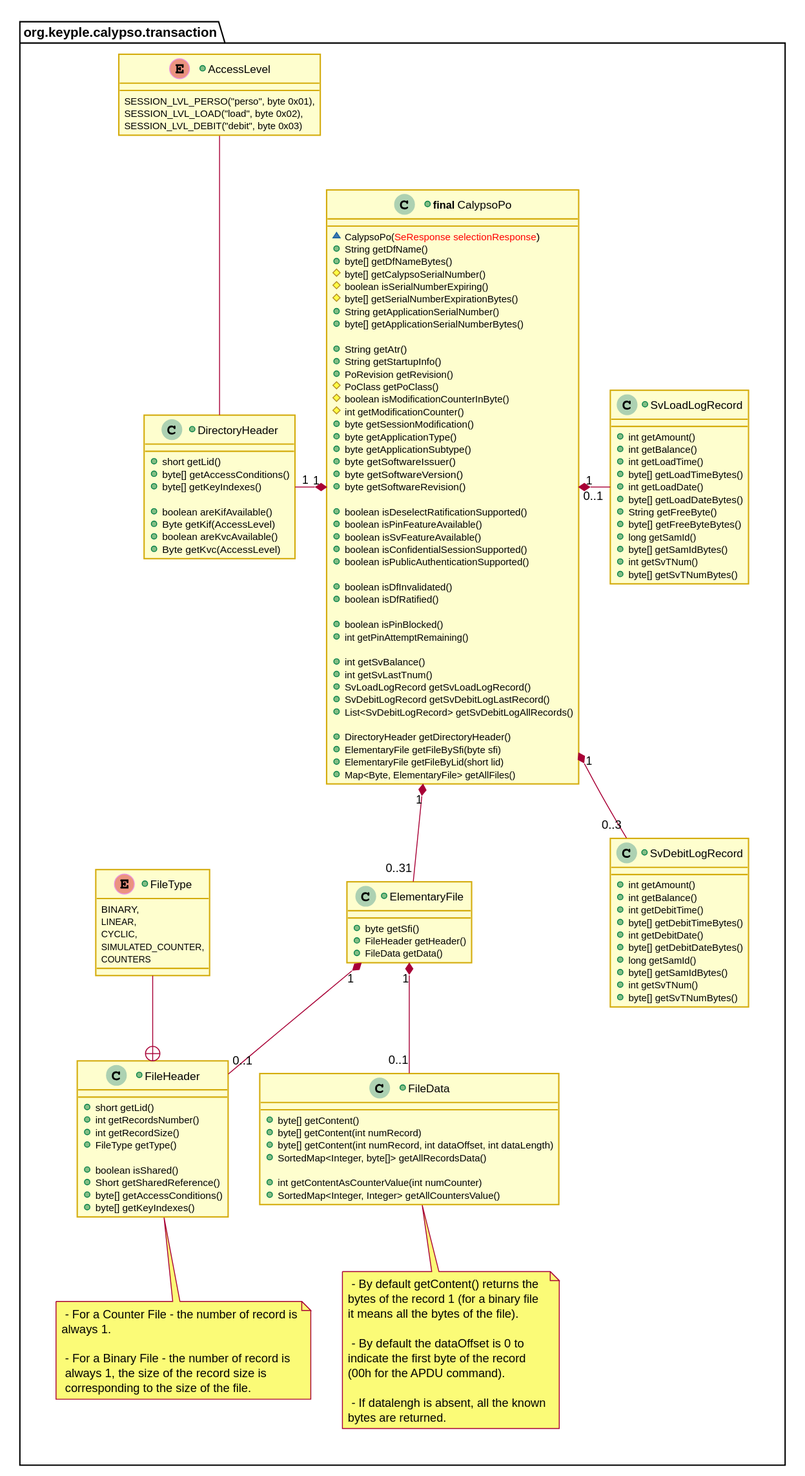
The PlantUML diagram docs/KeypleCalypsoApi/ApplicationApi/img/KeypleCalypso_ApplicationApi_ClassDiag_Transaction_CalypsoPo_0_9_0.svg in calypsonet/keyple, before a commit.
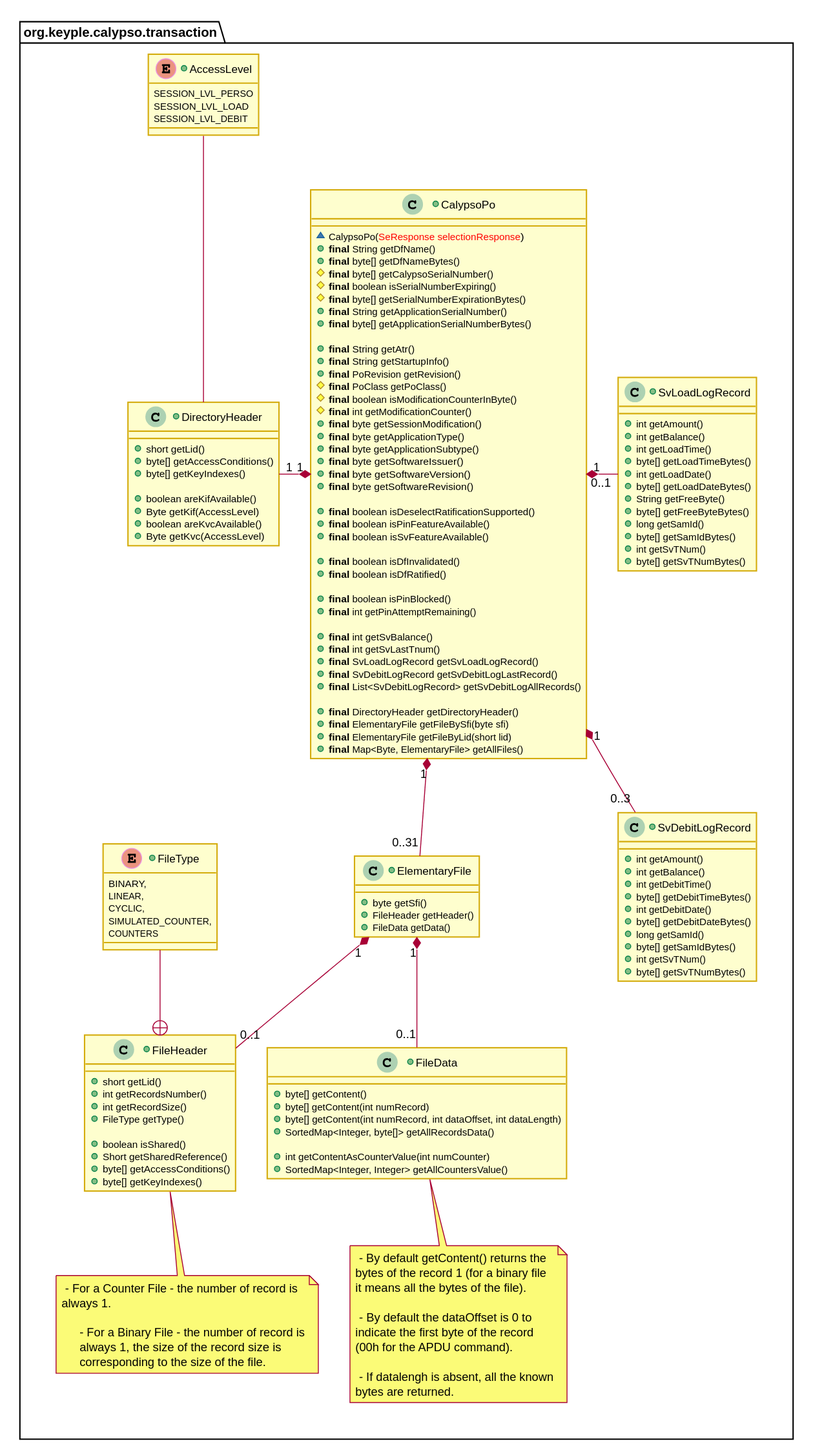
Later version of the same file.

What changed in the source:
```diff
@@ -26,115 +26,111 @@
 hide <<grey>> stereotype
 
 package org.keyple.calypso.transaction #FFFFFF {
-  +class "<b>final</b> CalypsoPo" as CalypsoPo {
-    ~CalypsoPo(<color:red>SeResponse selectionResponse</color>)
-    +String getDfName()
-    +byte[] getDfNameBytes()
-    #byte[] getCalypsoSerialNumber()
-    #boolean isSerialNumberExpiring()
-    #byte[] getSerialNumberExpirationBytes()
-    +String getApplicationSerialNumber()
-    +byte[] getApplicationSerialNumberBytes()
++class CalypsoPo {
+  ~CalypsoPo(<color:red>SeResponse selectionResponse</color>)
+  +<b>final</b> String getDfName()
+  +<b>final</b> byte[] getDfNameBytes()
+  #<b>final</b> byte[] getCalypsoSerialNumber()
+  #<b>final</b> boolean isSerialNumberExpiring()
+  #<b>final</b> byte[] getSerialNumberExpirationBytes()
+  +<b>final</b> String getApplicationSerialNumber()
+  +<b>final</b> byte[] getApplicationSerialNumberBytes()
 
-    +String getAtr()
-    +String getStartupInfo()
-    +PoRevision getRevision()
-    #PoClass getPoClass()
-    #boolean isModificationCounterInByte()
-    #int getModificationCounter()
-    +byte getSessionModification()
-    +byte getApplicationType()
-    +byte getApplicationSubtype()
-    +byte getSoftwareIssuer()
-    +byte getSoftwareVersion()
-    +byte getSoftwareRevision()
+  +<b>final</b> String getAtr()
+  +<b>final</b> String getStartupInfo()
+  +<b>final</b> PoRevision getRevision()
+  #<b>final</b> PoClass getPoClass()
+  #<b>final</b> boolean isModificationCounterInByte()
+  #<b>final</b> int getModificationCounter()
+  +<b>final</b> byte getSessionModification()
+  +<b>final</b> byte getApplicationType()
+  +<b>final</b> byte getApplicationSubtype()
+  +<b>final</b> byte getSoftwareIssuer()
+  +<b>final</b> byte getSoftwareVersion()
+  +<b>final</b> byte getSoftwareRevision()
 
-    +boolean isDeselectRatificationSupported()
-    +boolean isPinFeatureAvailable()
-    +boolean isSvFeatureAvailable()
-    +boolean isConfidentialSessionSupported()
-    +boolean isPublicAuthenticationSupported()
+  +<b>final</b> boolean isDeselectRatificationSupported()
+  +<b>final</b> boolean isPinFeatureAvailable()
+  +<b>final</b> boolean isSvFeatureAvailable()
 
-    +boolean isDfInvalidated()
-    +boolean isDfRatified()
+  +<b>final</b> boolean isDfInvalidated()
+  +<b>final</b> boolean isDfRatified()
 
-    +boolean isPinBlocked()
-    +int getPinAttemptRemaining()
+  +<b>final</b> boolean isPinBlocked()
+  +<b>final</b> int getPinAttemptRemaining()
 
-    +int getSvBalance()
-    +int getSvLastTnum()
-    +SvLoadLogRecord getSvLoadLogRecord()
-    +SvDebitLogRecord getSvDebitLogLastRecord()
-    +List<SvDebitLogRecord> getSvDebitLogAllRecords()
+  +<b>final</b> int getSvBalance()
+  +<b>final</b> int getSvLastTnum()
+  +<b>final</b> SvLoadLogRecord getSvLoadLogRecord()
+  +<b>final</b> SvDebitLogRecord getSvDebitLogLastRecord()
+  +<b>final</b> List<SvDebitLogRecord> getSvDebitLogAllRecords()
 
-    +DirectoryHeader getDirectoryHeader()
-    +ElementaryFile getFileBySfi(byte sfi)
-    +ElementaryFile getFileByLid(short lid)
-    +Map<Byte, ElementaryFile> getAllFiles()
-  }
+  +<b>final</b> DirectoryHeader getDirectoryHeader()
+  +<b>final</b> ElementaryFile getFileBySfi(byte sfi)
+  +<b>final</b> ElementaryFile getFileByLid(short lid)
+  +<b>final</b> Map<Byte, ElementaryFile> getAllFiles()
+}
++enum AccessLevel {
+  SESSION_LVL_PERSO
+  SESSION_LVL_LOAD
+  SESSION_LVL_DEBIT
+}
 
-  +enum AccessLevel {
-    SESSION_LVL_PERSO("perso", byte 0x01),
-    SESSION_LVL_LOAD("load", byte 0x02),
-    SESSION_LVL_DEBIT("debit", byte 0x03)
-  }
++class DirectoryHeader {
+  +short getLid()
+  +byte[] getAccessConditions()
+  +byte[] getKeyIndexes()
 
-  +class DirectoryHeader {
-    +short getLid()
-    +byte[] getAccessConditions()
-    +byte[] getKeyIndexes()
+  +boolean areKifAvailable()
+  +Byte getKif(AccessLevel)
+  +boolean areKvcAvailable()
+  +Byte getKvc(AccessLevel)
+}
 
-    +boolean areKifAvailable()
-    +Byte getKif(AccessLevel)
-    +boolean areKvcAvailable()
-    +Byte getKvc(AccessLevel)
-  }
   AccessLevel -down- DirectoryHeader
 
 
   together {
-    +class SvLoadLogRecord {
-      +int getAmount()
-      +int getBalance()
-      +int getLoadTime()
-      +byte[] getLoadTimeBytes()
-      +int getLoadDate()
-      +byte[] getLoadDateBytes()
-      +String getFreeByte()
-      +byte[] getFreeByteBytes()
-      +long getSamId()
-      +byte[] getSamIdBytes()
-      +int getSvTNum()
-      +byte[] getSvTNumBytes()
-    }
++class SvLoadLogRecord {
+  +int getAmount()
+  +int getBalance()
+  +int getLoadTime()
+  +byte[] getLoadTimeBytes()
+  +int getLoadDate()
+  +byte[] getLoadDateBytes()
+  +String getFreeByte()
+  +byte[] getFreeByteBytes()
+  +long getSamId()
+  +byte[] getSamIdBytes()
+  +int getSvTNum()
+  +byte[] getSvTNumBytes()
+}
 
-    +class SvDebitLogRecord {
-      +int getAmount()
-      +int getBalance()
-      +int getDebitTime()
-      +byte[] getDebitTimeBytes()
-      +int getDebitDate()
-      +byte[] getDebitDateBytes()
-      +long getSamId()
-      +byte[] getSamIdBytes()
-      +int getSvTNum()
-      +byte[] getSvTNumBytes()
-    }
-
++class SvDebitLogRecord {
+  +int getAmount()
+  +int getBalance()
+  +int getDebitTime()
+  +byte[] getDebitTimeBytes()
+  +int getDebitDate()
+  +byte[] getDebitDateBytes()
+  +long getSamId()
+  +byte[] getSamIdBytes()
+  +int getSvTNum()
+  +byte[] getSvTNumBytes()
+}
     SvLoadLogRecord -[hidden]down-> SvDebitLogRecord
   }
 
   together {
++class ElementaryFile {
+  +byte getSfi()
+  +FileHeader getHeader()
+  +FileData getData()
+}
 
-    +class ElementaryFile {
-      +byte getSfi()
-      +FileHeader getHeader()
-      +FileData getData()
-    }
-
-    note as N1
-       - For a Counter File - the number of record is
-      always 1.
+note as N1
+   - For a Counter File - the number of record is
+  always 1.
 
        - For a Binary File - the number of record is
        always 1, the size of the record size is
@@ -161,8 +157,6 @@
       +byte[] getKeyIndexes()
     }
 
-    FileType --+ FileHeader
-
     note as N2
        - By default getContent() returns the
       bytes of the record 1 (for a binary file
@@ -185,6 +179,7 @@
       +int getContentAsCounterValue(int numCounter)
       +SortedMap<Integer, Integer> getAllCountersValue()
     }
+    FileType --+ FileHeader
 
     ElementaryFile "1" *-- "0..1" FileHeader
     ElementaryFile "1" *-down- "0..1" FileData
```
